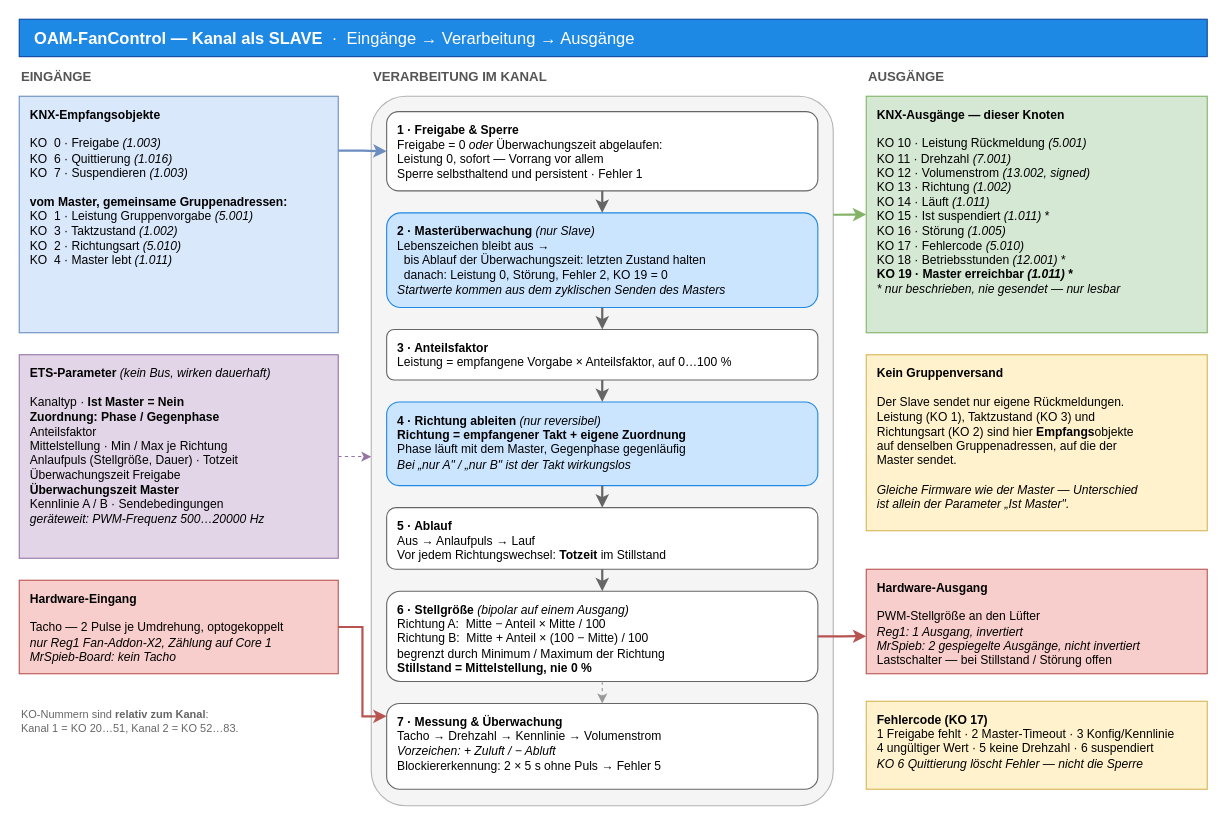
The draw.io diagram page "Slave" (2 of 2) of references/IO-Uebersicht.drawio in OpenKNX/OAM-FanControl, before the edit. Source tidied: cells renumbered, new cells numbered last; positions are measured from the earlier drawing's top-left corner, leaving out a move shared by most shapes. Both pictures are drawn from the tidied source at 110%, with x=0, y=0 at pixel (19, 19).
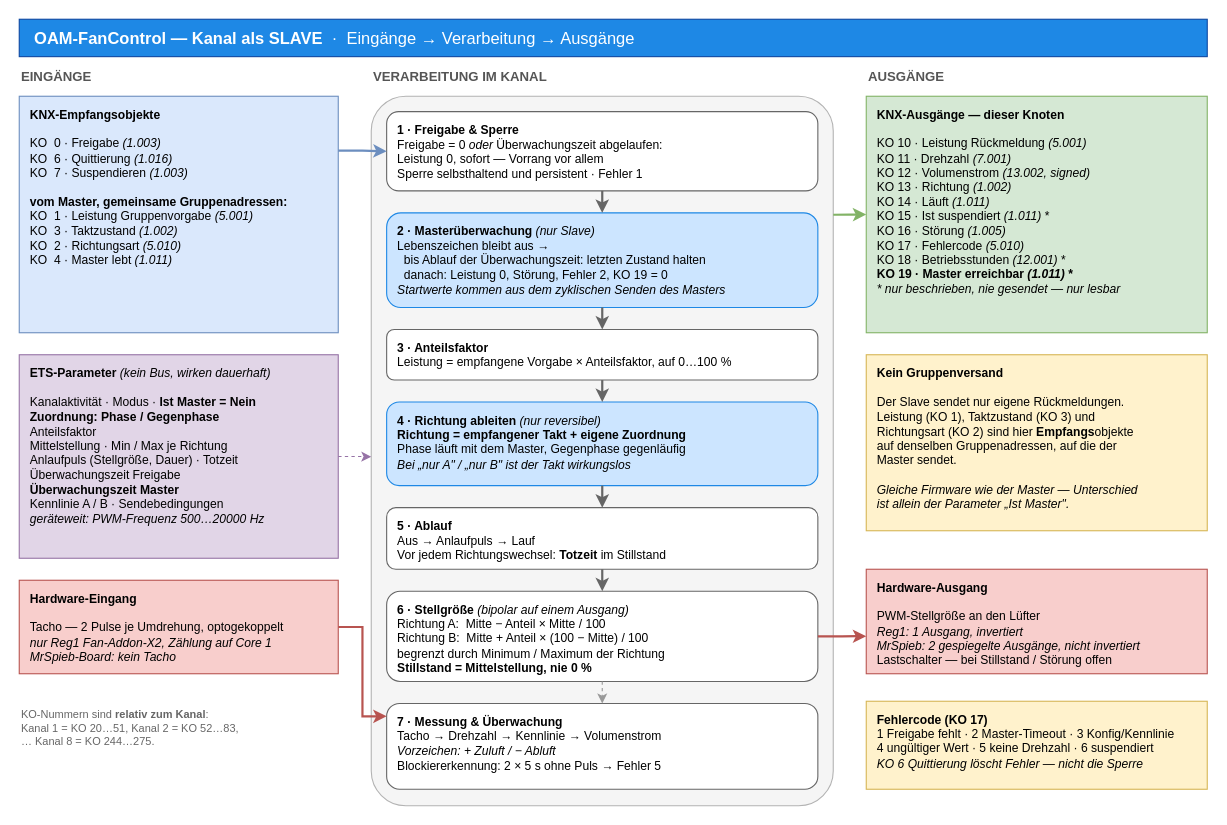
The same page after the edit.

Diff of the diagram source:
```diff
@@
-    <mxCell id="8" value="&lt;b&gt;ETS-Parameter&lt;/b&gt; &lt;i&gt;(kein Bus, wirken dauerhaft)&lt;/i&gt;&lt;br&gt;&lt;br&gt;Kanaltyp · &lt;b&gt;Ist Master = Nein&lt;/b&gt;&lt;br&gt;&lt;b&gt;Zuordnung: Phase / Gegenphase&lt;/b&gt;&lt;br&gt;Anteilsfaktor&lt;br&gt;Mittelstellung · Min / Max je Richtung&lt;br&gt;Anlaufpuls (Stellgröße, Dauer) · Totzeit&lt;br&gt;Überwachungszeit Freigabe&lt;br&gt;&lt;b&gt;Überwachungszeit Master&lt;/b&gt;&lt;br&gt;Kennlinie A / B · Sendebedingungen&lt;br&gt;&lt;i&gt;geräteweit: PWM-Frequenz 500…20000 Hz&lt;/i&gt;" style="rounded=0;html=1;whiteSpace=wrap;fillColor=#E1D5E7;strokeColor=#9673A6;align=left;verticalAlign=top;spacingLeft=8;spacingTop=4;fontSize=11;" parent="1" vertex="1">
+    <mxCell id="8" value="&lt;b&gt;ETS-Parameter&lt;/b&gt; &lt;i&gt;(kein Bus, wirken dauerhaft)&lt;/i&gt;&lt;br&gt;&lt;br&gt;Kanalaktivität · Modus · &lt;b&gt;Ist Master = Nein&lt;/b&gt;&lt;br&gt;&lt;b&gt;Zuordnung: Phase / Gegenphase&lt;/b&gt;&lt;br&gt;Anteilsfaktor&lt;br&gt;Mittelstellung · Min / Max je Richtung&lt;br&gt;Anlaufpuls (Stellgröße, Dauer) · Totzeit&lt;br&gt;Überwachungszeit Freigabe&lt;br&gt;&lt;b&gt;Überwachungszeit Master&lt;/b&gt;&lt;br&gt;Kennlinie A / B · Sendebedingungen&lt;br&gt;&lt;i&gt;geräteweit: PWM-Frequenz 500…20000 Hz&lt;/i&gt;" style="rounded=0;html=1;whiteSpace=wrap;fillColor=#E1D5E7;strokeColor=#9673A6;align=left;verticalAlign=top;spacingLeft=8;spacingTop=4;fontSize=11;" parent="1" vertex="1">
       <mxGeometry y="305" width="290" height="185" as="geometry" />
     </mxCell>
@@
-    <mxCell id="10" value="KO-Nummern sind &lt;b&gt;relativ zum Kanal&lt;/b&gt;:&lt;br&gt;Kanal 1 = KO 20…51, Kanal 2 = KO 52…83." style="text;html=1;whiteSpace=wrap;align=left;verticalAlign=top;fontSize=10;fontColor=#666666;" parent="1" vertex="1">
-      <mxGeometry y="620" width="290" height="50" as="geometry" />
+    <mxCell id="10" value="KO-Nummern sind &lt;b&gt;relativ zum Kanal&lt;/b&gt;:&lt;br&gt;Kanal 1 = KO 20…51, Kanal 2 = KO 52…83,&lt;br&gt;… Kanal 8 = KO 244…275." style="text;html=1;whiteSpace=wrap;align=left;verticalAlign=top;fontSize=10;fontColor=#666666;" parent="1" vertex="1">
+      <mxGeometry y="620" width="290" height="64" as="geometry" />
     </mxCell>
```
